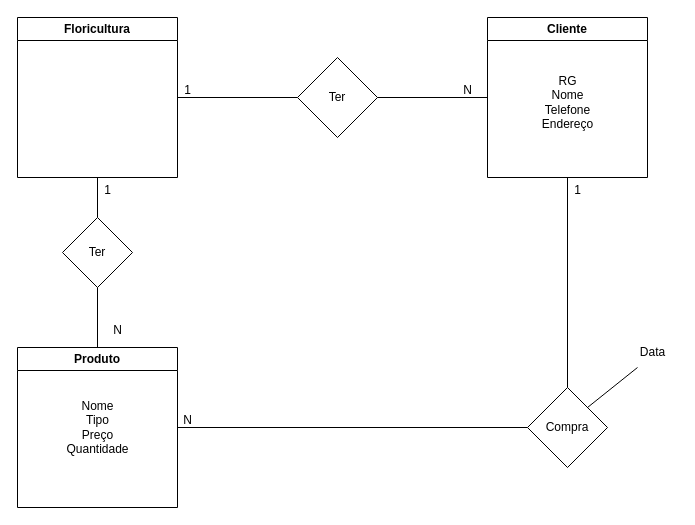
Pato-Branco/Pato-Branco keeps this draw.io diagram as 3.drawio. Above is the earlier version. Source tidied: cells renumbered, new cells numbered last; positions are measured from the earlier drawing's top-left corner, leaving out a move shared by most shapes. Both pictures are drawn from the tidied source at 100%, with x=0, y=0 at pixel (17, 17).
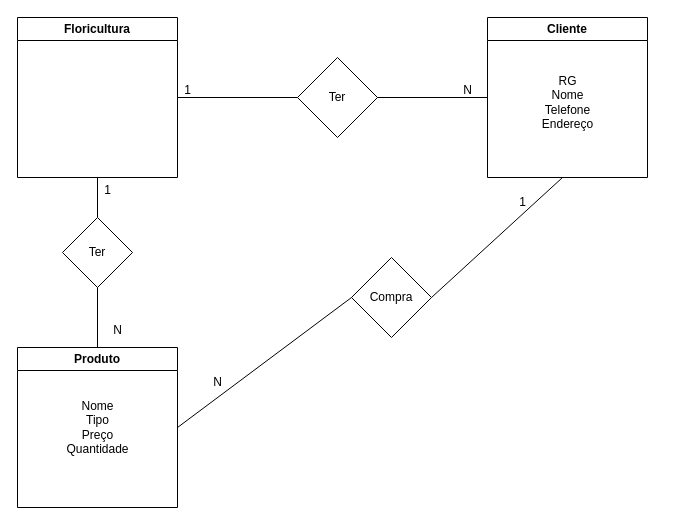
The same page after the edit.

Unchanged cells that the change refers to:
```xml
<mxCell id="2" value="Cliente" style="swimlane;whiteSpace=wrap;html=1;" parent="1" vertex="1">
  <mxGeometry x="470" width="160" height="160" as="geometry" />
</mxCell>
```

The edit, as a diff of the source:
```diff
@@
-    <mxCell id="7" value="Compra" style="rhombus;whiteSpace=wrap;html=1;" parent="1" vertex="1">
-      <mxGeometry x="510" y="370" width="80" height="80" as="geometry" />
+    <mxCell id="7" value="Compra" style="rhombus;whiteSpace=wrap;html=1;direction=east;" parent="1" vertex="1">
+      <mxGeometry x="334" y="240" width="80" height="80" as="geometry" />
     </mxCell>
@@
-    <mxCell id="13" style="endArrow=none;html=1;rounded=0;exitX=0.5;exitY=0;exitDx=0;exitDy=0;entryX=0.5;entryY=1;entryDx=0;entryDy=0;" parent="1" edge="1" source="7" target="2">
-      <mxGeometry relative="1" as="geometry" />
-    </mxCell>
@@
-    <mxCell id="16" style="endArrow=none;html=1;rounded=0;" parent="1" edge="1" target="17">
-      <mxGeometry relative="1" as="geometry">
-        <mxPoint x="570" y="390" as="sourcePoint" />
-        <Array as="points">
-          <mxPoint x="620" y="350" />
-        </Array>
-      </mxGeometry>
-    </mxCell>
-    <mxCell id="17" value="Data" style="text;html=1;align=center;verticalAlign=middle;points=[];strokeColor=none;fillColor=none;" parent="1" vertex="1">
-      <mxGeometry x="610" y="320" width="50" height="30" as="geometry" />
-    </mxCell>
@@
     <mxCell id="22" value="1" style="text;html=1;align=center;verticalAlign=middle;strokeColor=none;fillColor=none;" parent="1" vertex="1">
-      <mxGeometry x="545" y="158" width="30" height="30" as="geometry" />
+      <mxGeometry x="490" y="170" width="30" height="30" as="geometry" />
     </mxCell>
     <mxCell id="23" value="N" style="text;html=1;align=center;verticalAlign=middle;strokeColor=none;fillColor=none;" parent="1" vertex="1">
-      <mxGeometry x="155" y="388" width="30" height="30" as="geometry" />
+      <mxGeometry x="185" y="350" width="30" height="30" as="geometry" />
     </mxCell>
+    <mxCell id="24" style="endArrow=none;html=1;rounded=0;exitX=1;exitY=0.5;exitDx=0;exitDy=0;" parent="1" edge="1" source="7">
+      <mxGeometry relative="1" as="geometry">
+        <mxPoint x="545" y="160" as="targetPoint" />
+      </mxGeometry>
+    </mxCell>
```
